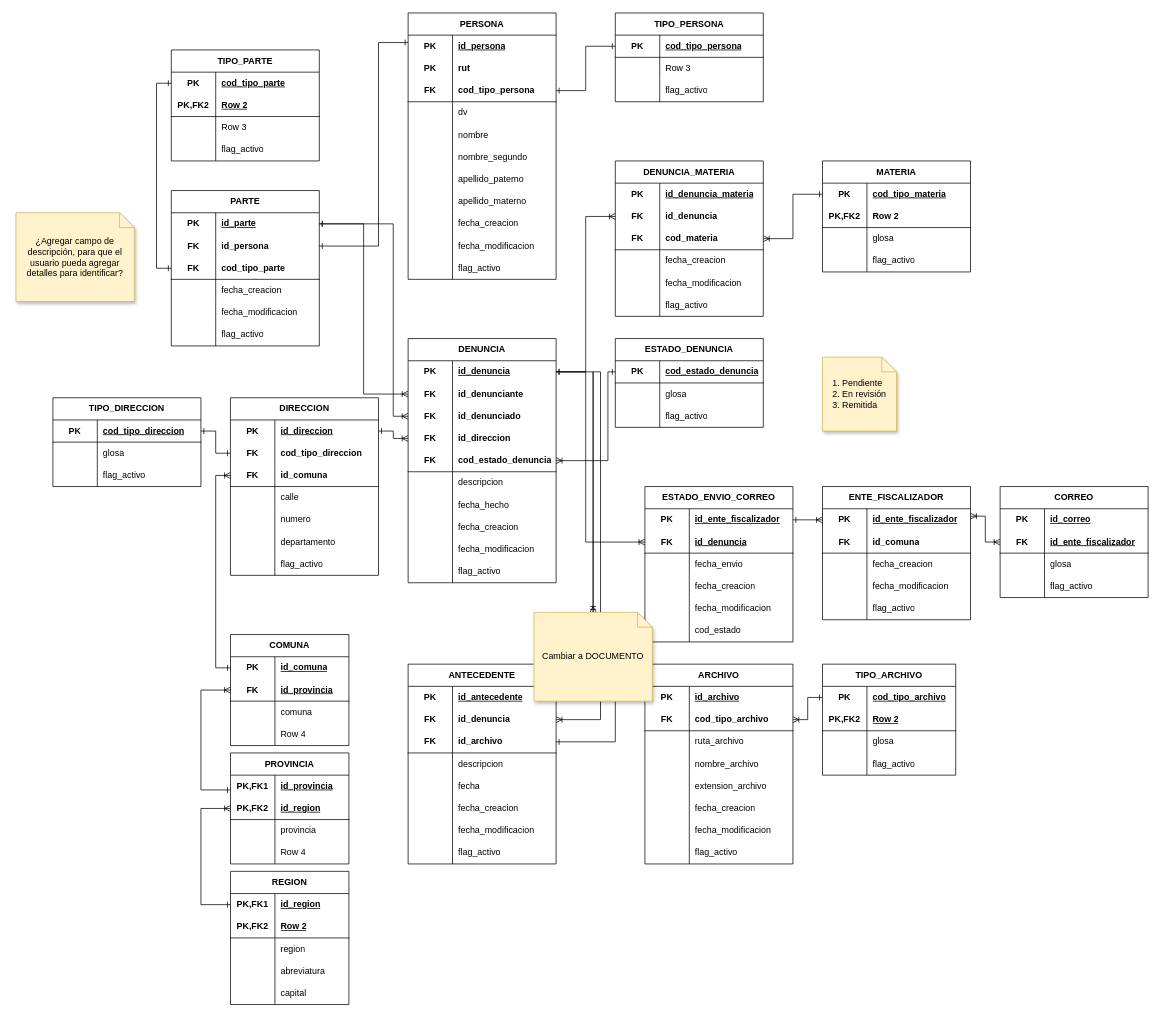
This is docs/QuieroDenunciar - ER.drawio from hernanBeiza/QuieroDenunciarAPI, a draw.io file, before an edit. Source tidied: cells renumbered, new cells numbered last; positions are measured from the earlier drawing's top-left corner, leaving out a move shared by most shapes. Both pictures are drawn from the tidied source at 74%, with x=0, y=0 at pixel (16, 13).
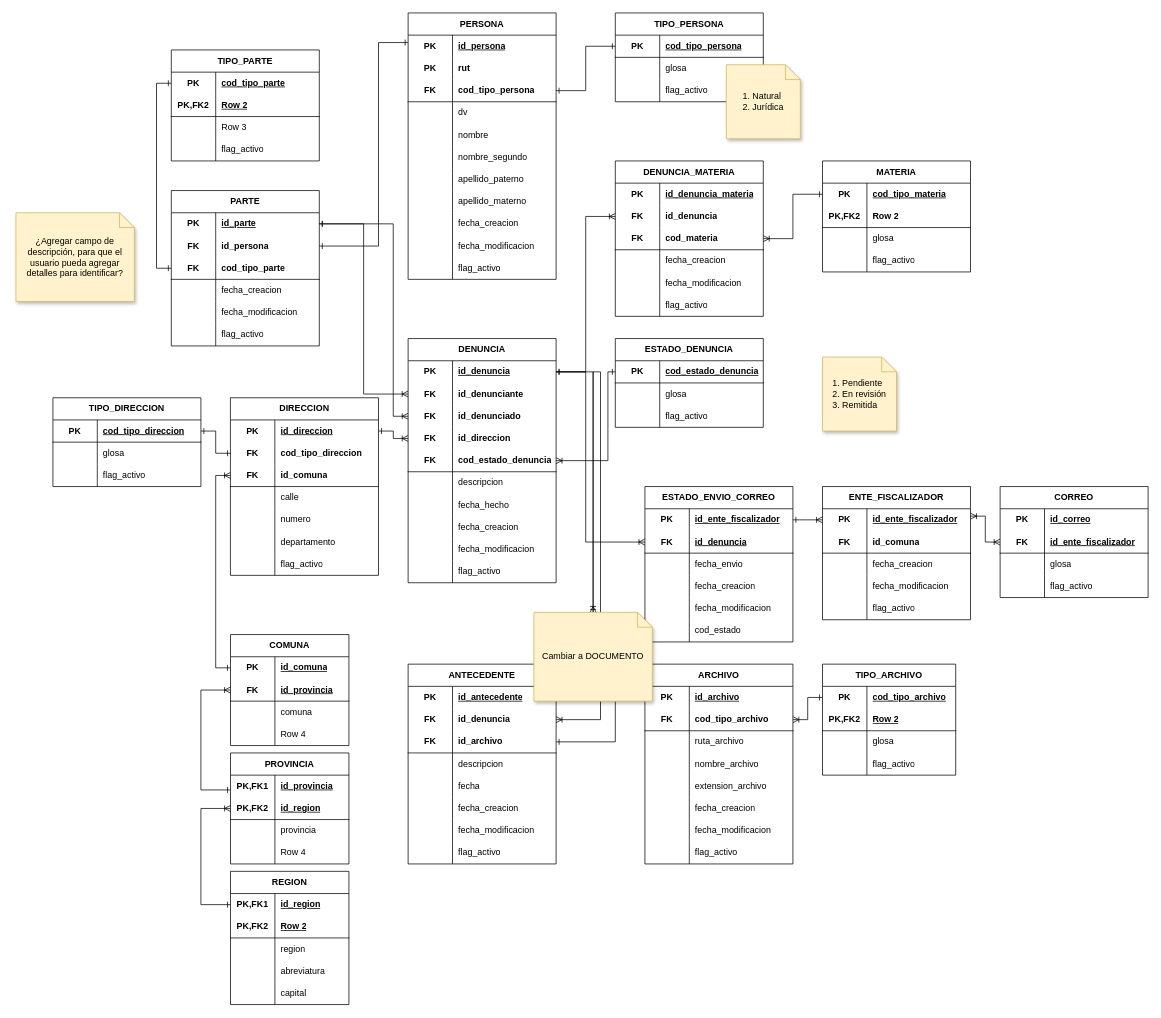
The same page after the edit.

Unchanged cells that the change refers to:
```xml
<mxCell id="211" style="shape=tableRow;horizontal=0;startSize=0;swimlaneHead=0;swimlaneBody=0;fillColor=none;top=0;left=0;right=0;bottom=0;html=1;" parent="207" vertex="1">
  <mxGeometry y="60" width="200" height="30" as="geometry" />
</mxCell>
```

Diff of the diagram source:
```diff
@@
-    <mxCell id="213" value="Row 3" style="shape=partialRectangle;fillColor=none;top=0;left=0;bottom=0;right=0;align=left;spacingLeft=6;overflow=hidden;html=1;whiteSpace=wrap;" parent="211" vertex="1">
+    <mxCell id="213" value="glosa" style="shape=partialRectangle;fillColor=none;top=0;left=0;bottom=0;right=0;align=left;spacingLeft=6;overflow=hidden;html=1;whiteSpace=wrap;" parent="211" vertex="1">
       <mxGeometry x="60" width="140" height="30" as="geometry" />
     </mxCell>
@@
+    <mxCell id="359" value="&lt;div style=&quot;text-align: left;&quot;&gt;1. Natural&lt;/div&gt;&lt;div style=&quot;text-align: left;&quot;&gt;2. Jurídica&lt;/div&gt;" style="shape=note;size=20;whiteSpace=wrap;html=1;shadow=1;fillColor=#fff2cc;strokeColor=#d6b656;" parent="1" vertex="1">
+      <mxGeometry x="960" y="70" width="100" height="100" as="geometry" />
+    </mxCell>
```
